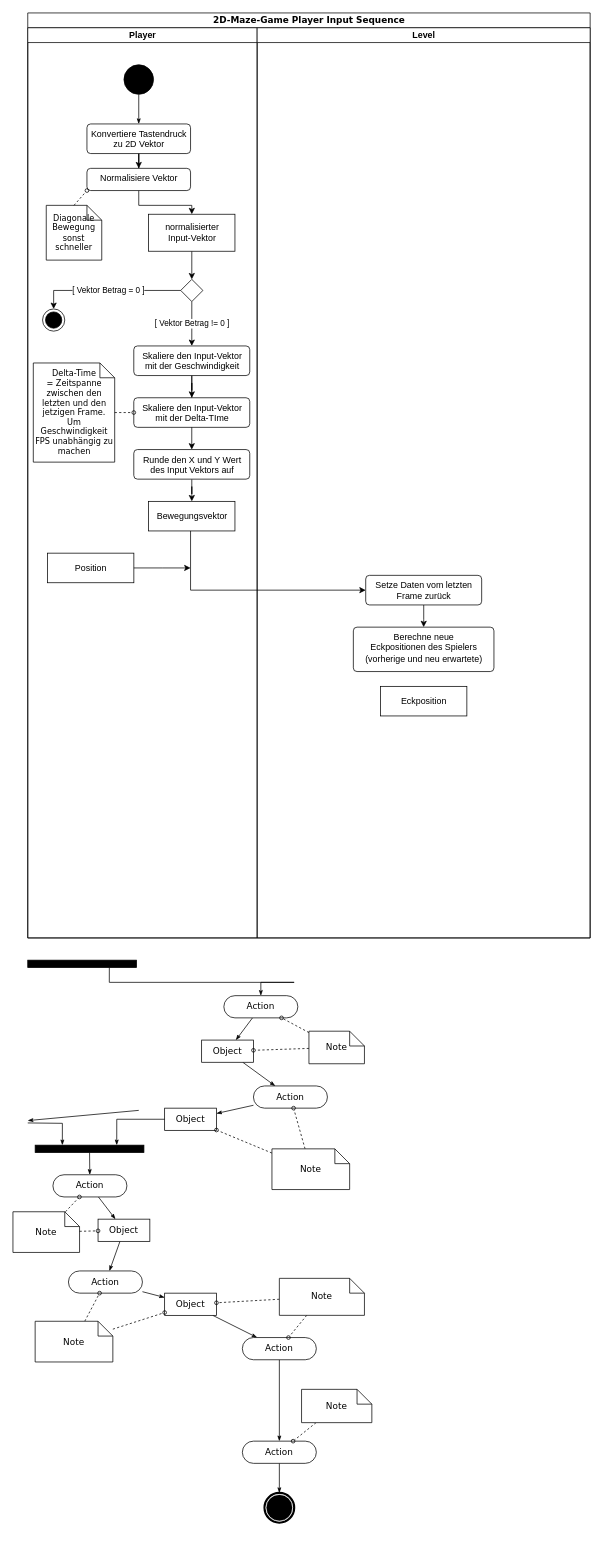
Xipit/2d-maze-game keeps this draw.io diagram as documentation/diagrams/Untitled Diagram.drawio. Above is the earlier version. Source tidied: cells renumbered, new cells numbered last; positions are measured from the earlier drawing's top-left corner, leaving out a move shared by most shapes. Both pictures are drawn from the tidied source at 74%, with x=0, y=0 at pixel (13, 13).
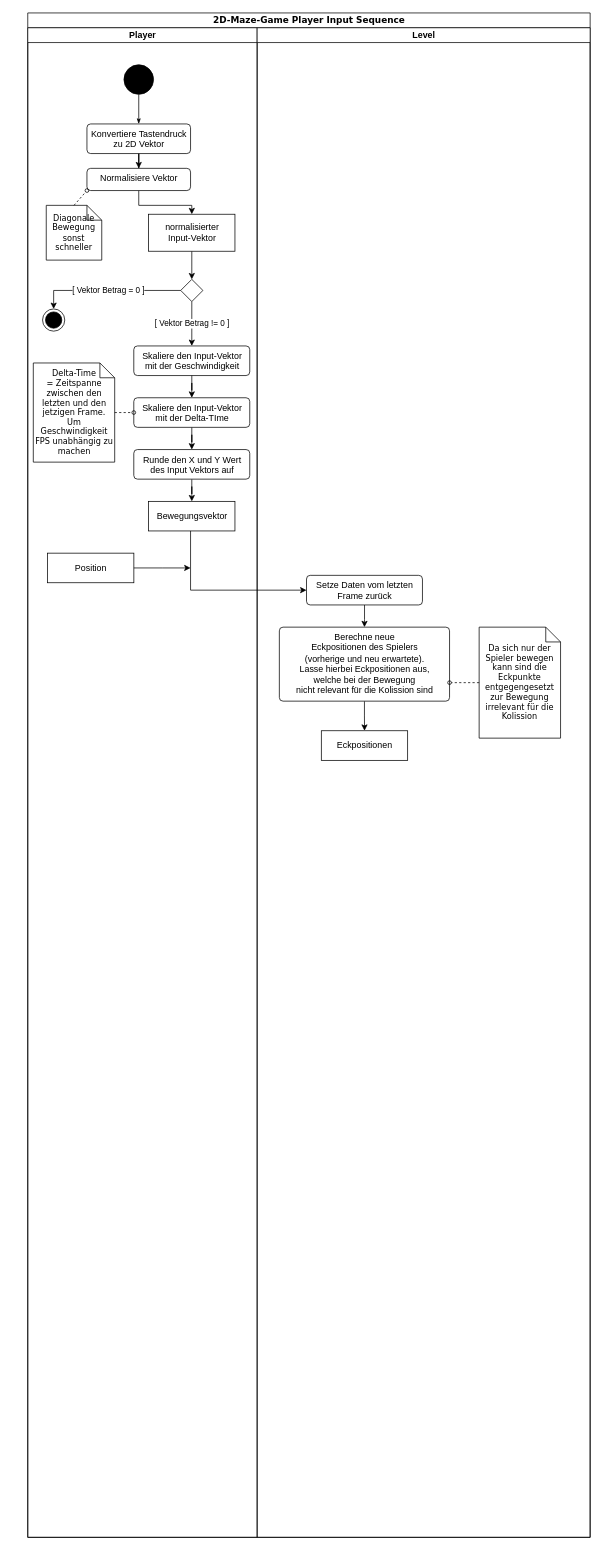
Above is the later version.

Unchanged cells that the change refers to:
```xml
<mxCell id="20" value="Skaliere den Input-Vektor &lt;br&gt;mit der Geschwindigkeit" style="html=1;align=center;verticalAlign=top;rounded=1;absoluteArcSize=1;arcSize=10;dashed=0;" parent="3" vertex="1">
  <mxGeometry x="143.3" y="430" width="156.7" height="40" as="geometry" />
</mxCell>
<mxCell id="22" value="Delta-Time&lt;br&gt;= Zeitspanne zwischen den letzten und den jetzigen Frame. &lt;br&gt;Um Geschwindigkeit FPS unabhängig zu machen" style="shape=note;whiteSpace=wrap;html=1;rounded=0;shadow=0;comic=0;labelBackgroundColor=none;strokeWidth=1;fontFamily=Verdana;fontSize=11;align=center;size=20;" parent="3" vertex="1">
  <mxGeometry x="7.5" y="453" width="110" height="134" as="geometry" />
</mxCell>
<mxCell id="24" value="Bewegungsvektor" style="html=1;align=center;verticalAlign=middle;rounded=0;absoluteArcSize=1;arcSize=10;dashed=0;" parent="3" vertex="1">
  <mxGeometry x="163.3" y="640" width="116.7" height="40" as="geometry" />
</mxCell>
<mxCell id="26" value="Runde den X und Y Wert&lt;br&gt;des Input Vektors auf" style="html=1;align=center;verticalAlign=top;rounded=1;absoluteArcSize=1;arcSize=10;dashed=0;" parent="3" vertex="1">
  <mxGeometry x="143.3" y="570" width="156.7" height="40" as="geometry" />
</mxCell>
```

The edit, as a diff of the source:
```diff
@@
     <mxCell id="2" value="2D-Maze-Game Player Input Sequence" style="swimlane;html=1;startSize=20;rounded=0;shadow=0;comic=0;labelBackgroundColor=none;strokeWidth=1;fontFamily=Verdana;fontSize=12;align=center;" parent="1" vertex="1">
-      <mxGeometry x="20" width="760" height="1250" as="geometry" />
+      <mxGeometry x="20" width="760" height="2060" as="geometry" />
     </mxCell>
     <mxCell id="3" value="Player" style="swimlane;html=1;startSize=20;" parent="2" vertex="1">
-      <mxGeometry y="20" width="310" height="1230" as="geometry" />
+      <mxGeometry y="20" width="310" height="2040" as="geometry" />
     </mxCell>
@@
-    <mxCell id="18" style="edgeStyle=orthogonalEdgeStyle;rounded=0;jettySize=auto;html=1;" parent="3" edge="1" source="20" target="21">
-      <mxGeometry relative="1" as="geometry" />
-    </mxCell>
-    <mxCell id="19" style="edgeStyle=orthogonalEdgeStyle;rounded=0;jettySize=auto;html=1;fontSize=11;" parent="3" edge="1" source="20" target="26">
-      <mxGeometry relative="1" as="geometry" />
-    </mxCell>
@@
-    <mxCell id="21" value="Skaliere den Input-Vektor &lt;br&gt;mit der Delta-TIme" style="html=1;align=center;verticalAlign=top;rounded=1;absoluteArcSize=1;arcSize=10;dashed=0;" parent="3" vertex="1">
-      <mxGeometry x="143.3" y="500" width="156.7" height="40" as="geometry" />
-    </mxCell>
@@
-    <mxCell id="23" style="edgeStyle=none;rounded=0;html=1;dashed=1;labelBackgroundColor=none;startArrow=none;startFill=0;startSize=5;endArrow=oval;endFill=0;endSize=5;jettySize=auto;strokeWidth=1;fontFamily=Verdana;fontSize=12;" parent="3" edge="1" source="22" target="21">
-      <mxGeometry relative="1" as="geometry" />
-    </mxCell>
@@
+    <mxCell id="79" style="edgeStyle=orthogonalEdgeStyle;rounded=0;jettySize=auto;html=1;fontSize=11;" parent="3" edge="1" source="21" target="26">
+      <mxGeometry relative="1" as="geometry" />
+    </mxCell>
+    <mxCell id="21" value="Skaliere den Input-Vektor &lt;br&gt;mit der Delta-TIme" style="html=1;align=center;verticalAlign=top;rounded=1;absoluteArcSize=1;arcSize=10;dashed=0;" parent="3" vertex="1">
+      <mxGeometry x="143.3" y="500" width="156.7" height="40" as="geometry" />
+    </mxCell>
+    <mxCell id="23" style="edgeStyle=none;rounded=0;html=1;dashed=1;labelBackgroundColor=none;startArrow=none;startFill=0;startSize=5;endArrow=oval;endFill=0;endSize=5;jettySize=auto;strokeWidth=1;fontFamily=Verdana;fontSize=12;" parent="3" edge="1" source="22" target="21">
+      <mxGeometry relative="1" as="geometry" />
+    </mxCell>
+    <mxCell id="18" style="edgeStyle=orthogonalEdgeStyle;rounded=0;jettySize=auto;html=1;" parent="3" edge="1" source="20" target="21">
+      <mxGeometry relative="1" as="geometry" />
+    </mxCell>
+    <mxCell id="33" style="edgeStyle=orthogonalEdgeStyle;rounded=0;jettySize=auto;html=1;fontSize=11;" parent="2" edge="1" source="24" target="30">
+      <mxGeometry relative="1" as="geometry">
+        <Array as="points">
+          <mxPoint x="220" y="780" />
+        </Array>
+      </mxGeometry>
+    </mxCell>
     <mxCell id="28" value="Level" style="swimlane;html=1;startSize=20;" parent="2" vertex="1">
-      <mxGeometry x="310" y="20" width="450" height="1230" as="geometry" />
+      <mxGeometry x="310" y="20" width="450" height="2040" as="geometry" />
     </mxCell>
@@
     <mxCell id="30" value="Setze Daten vom letzten &lt;br&gt;Frame zurück" style="html=1;align=center;verticalAlign=top;rounded=1;absoluteArcSize=1;arcSize=10;dashed=0;" parent="28" vertex="1">
-      <mxGeometry x="146.7" y="740" width="156.7" height="40" as="geometry" />
+      <mxGeometry x="66.7" y="740" width="156.7" height="40" as="geometry" />
     </mxCell>
+    <mxCell id="80" style="edgeStyle=orthogonalEdgeStyle;rounded=0;jettySize=auto;html=1;fontSize=11;" parent="28" edge="1" source="31" target="32">
+      <mxGeometry relative="1" as="geometry" />
+    </mxCell>
-    <mxCell id="31" value="Berechne neue &lt;br&gt;Eckpositionen des Spielers&lt;br&gt;(vorherige und neu erwartete)" style="html=1;align=center;verticalAlign=top;rounded=1;absoluteArcSize=1;arcSize=10;dashed=0;" parent="28" vertex="1">
-      <mxGeometry x="130" y="810" width="190" height="60" as="geometry" />
+    <mxCell id="31" value="Berechne neue &lt;br&gt;Eckpositionen des Spielers&lt;br&gt;(vorherige und neu erwartete).&lt;br&gt;Lasse hierbei Eckpositionen aus, &lt;br&gt;welche bei der Bewegung &lt;br&gt;nicht relevant für die Kolission sind" style="html=1;align=center;verticalAlign=top;rounded=1;absoluteArcSize=1;arcSize=10;dashed=0;" parent="28" vertex="1">
+      <mxGeometry x="30" y="810" width="230" height="100" as="geometry" />
     </mxCell>
-    <mxCell id="32" value="Eckposition" style="html=1;align=center;verticalAlign=middle;rounded=0;absoluteArcSize=1;arcSize=10;dashed=0;" parent="28" vertex="1">
-      <mxGeometry x="166.7" y="890" width="116.7" height="40" as="geometry" />
+    <mxCell id="32" value="Eckpositionen" style="html=1;align=center;verticalAlign=middle;rounded=0;absoluteArcSize=1;arcSize=10;dashed=0;" parent="28" vertex="1">
+      <mxGeometry x="86.7" y="950" width="116.7" height="40" as="geometry" />
     </mxCell>
-    <mxCell id="33" style="edgeStyle=orthogonalEdgeStyle;rounded=0;jettySize=auto;html=1;fontSize=11;" parent="2" edge="1" source="24" target="30">
-      <mxGeometry relative="1" as="geometry">
-        <Array as="points">
-          <mxPoint x="220" y="780" />
-        </Array>
-      </mxGeometry>
-    </mxCell>
-    <mxCell id="34" style="whiteSpace=wrap;html=1;rounded=0;shadow=0;comic=0;labelBackgroundColor=none;strokeWidth=1;fillColor=#000000;fontFamily=Verdana;fontSize=12;align=center;rotation=0;" parent="1" vertex="1">
-      <mxGeometry x="20" y="1280" width="147" height="10" as="geometry" />
-    </mxCell>
-    <mxCell id="35" style="edgeStyle=none;rounded=0;html=1;labelBackgroundColor=none;startArrow=none;startFill=0;startSize=5;endArrow=classicThin;endFill=1;endSize=5;jettySize=auto;strokeWidth=1;fontFamily=Verdana;fontSize=12;" parent="1" edge="1" source="36" target="41">
-      <mxGeometry relative="1" as="geometry" />
-    </mxCell>
-    <mxCell id="36" value="Action" style="rounded=1;whiteSpace=wrap;html=1;shadow=0;comic=0;labelBackgroundColor=none;strokeWidth=1;fontFamily=Verdana;fontSize=12;align=center;arcSize=50;" parent="1" vertex="1">
-      <mxGeometry x="54" y="1570" width="100" height="30" as="geometry" />
-    </mxCell>
-    <mxCell id="37" style="edgeStyle=none;rounded=0;html=1;labelBackgroundColor=none;startArrow=none;startFill=0;startSize=5;endArrow=classicThin;endFill=1;endSize=5;jettySize=auto;strokeWidth=1;fontFamily=Verdana;fontSize=12;" parent="1" edge="1" source="38" target="36">
-      <mxGeometry relative="1" as="geometry" />
-    </mxCell>
-    <mxCell id="38" style="whiteSpace=wrap;html=1;rounded=0;shadow=0;comic=0;labelBackgroundColor=none;strokeWidth=1;fillColor=#000000;fontFamily=Verdana;fontSize=12;align=center;rotation=0;" parent="1" vertex="1">
-      <mxGeometry x="30" y="1530" width="147" height="10" as="geometry" />
-    </mxCell>
-    <mxCell id="39" style="edgeStyle=orthogonalEdgeStyle;rounded=0;html=1;entryX=0.25;entryY=0;labelBackgroundColor=none;startArrow=none;startFill=0;startSize=5;endArrow=classicThin;endFill=1;endSize=5;jettySize=auto;strokeWidth=1;fontFamily=Verdana;fontSize=12;" parent="1" edge="1" target="38">
-      <mxGeometry relative="1" as="geometry">
-        <mxPoint x="20" y="1500" as="sourcePoint" />
-      </mxGeometry>
-    </mxCell>
-    <mxCell id="40" style="edgeStyle=none;rounded=0;html=1;labelBackgroundColor=none;startArrow=none;startFill=0;startSize=5;endArrow=classicThin;endFill=1;endSize=5;jettySize=auto;strokeWidth=1;fontFamily=Verdana;fontSize=12;" parent="1" edge="1" source="41" target="42">
-      <mxGeometry relative="1" as="geometry" />
-    </mxCell>
-    <mxCell id="41" value="Object" style="rounded=0;whiteSpace=wrap;html=1;shadow=0;comic=0;labelBackgroundColor=none;strokeWidth=1;fontFamily=Verdana;fontSize=12;align=center;arcSize=50;" parent="1" vertex="1">
-      <mxGeometry x="115" y="1630" width="70" height="30" as="geometry" />
-    </mxCell>
-    <mxCell id="42" value="Action" style="rounded=1;whiteSpace=wrap;html=1;shadow=0;comic=0;labelBackgroundColor=none;strokeWidth=1;fontFamily=Verdana;fontSize=12;align=center;arcSize=50;" parent="1" vertex="1">
-      <mxGeometry x="75" y="1700" width="100" height="30" as="geometry" />
-    </mxCell>
-    <mxCell id="43" style="edgeStyle=none;rounded=0;html=1;dashed=1;labelBackgroundColor=none;startArrow=none;startFill=0;startSize=5;endArrow=oval;endFill=0;endSize=5;jettySize=auto;strokeWidth=1;fontFamily=Verdana;fontSize=12;" parent="1" edge="1" source="44" target="42">
-      <mxGeometry relative="1" as="geometry" />
-    </mxCell>
-    <mxCell id="44" value="Note" style="shape=note;whiteSpace=wrap;html=1;rounded=0;shadow=0;comic=0;labelBackgroundColor=none;strokeWidth=1;fontFamily=Verdana;fontSize=12;align=center;size=20;" parent="1" vertex="1">
-      <mxGeometry x="30" y="1768" width="105" height="55" as="geometry" />
-    </mxCell>
-    <mxCell id="45" value="Note" style="shape=note;whiteSpace=wrap;html=1;rounded=0;shadow=0;comic=0;labelBackgroundColor=none;strokeWidth=1;fontFamily=Verdana;fontSize=12;align=center;size=20;" parent="1" vertex="1">
-      <mxGeometry y="1620" width="90" height="55" as="geometry" />
-    </mxCell>
-    <mxCell id="46" style="edgeStyle=none;rounded=0;html=1;dashed=1;labelBackgroundColor=none;startArrow=none;startFill=0;startSize=5;endArrow=oval;endFill=0;endSize=5;jettySize=auto;strokeWidth=1;fontFamily=Verdana;fontSize=12;" parent="1" edge="1" source="45" target="36">
-      <mxGeometry relative="1" as="geometry" />
-    </mxCell>
-    <mxCell id="47" style="edgeStyle=none;rounded=0;html=1;dashed=1;labelBackgroundColor=none;startArrow=none;startFill=0;startSize=5;endArrow=oval;endFill=0;endSize=5;jettySize=auto;strokeWidth=1;fontFamily=Verdana;fontSize=12;" parent="1" edge="1" source="45" target="41">
-      <mxGeometry relative="1" as="geometry" />
-    </mxCell>
-    <mxCell id="48" style="rounded=0;html=1;labelBackgroundColor=none;startArrow=none;startFill=0;startSize=5;endArrow=classicThin;endFill=1;endSize=5;jettySize=auto;strokeWidth=1;fontFamily=Verdana;fontSize=12;" parent="1" edge="1" source="49" target="53">
-      <mxGeometry relative="1" as="geometry" />
-    </mxCell>
-    <mxCell id="49" value="Action" style="rounded=1;whiteSpace=wrap;html=1;shadow=0;comic=0;labelBackgroundColor=none;strokeWidth=1;fontFamily=Verdana;fontSize=12;align=center;arcSize=50;" parent="1" vertex="1">
-      <mxGeometry x="285" y="1328" width="100" height="30" as="geometry" />
-    </mxCell>
-    <mxCell id="50" style="edgeStyle=none;rounded=0;html=1;labelBackgroundColor=none;startArrow=none;startFill=0;startSize=5;endArrow=classicThin;endFill=1;endSize=5;jettySize=auto;strokeWidth=1;fontFamily=Verdana;fontSize=12;" parent="1" edge="1" source="51" target="54">
-      <mxGeometry relative="1" as="geometry" />
-    </mxCell>
-    <mxCell id="51" value="Action" style="rounded=1;whiteSpace=wrap;html=1;shadow=0;comic=0;labelBackgroundColor=none;strokeWidth=1;fontFamily=Verdana;fontSize=12;align=center;arcSize=50;" parent="1" vertex="1">
-      <mxGeometry x="325" y="1450" width="100" height="30" as="geometry" />
-    </mxCell>
-    <mxCell id="52" style="edgeStyle=none;rounded=0;html=1;labelBackgroundColor=none;startArrow=none;startFill=0;startSize=5;endArrow=classicThin;endFill=1;endSize=5;jettySize=auto;strokeWidth=1;fontFamily=Verdana;fontSize=12;" parent="1" edge="1" source="53" target="51">
-      <mxGeometry relative="1" as="geometry" />
-    </mxCell>
-    <mxCell id="53" value="Object" style="rounded=0;whiteSpace=wrap;html=1;shadow=0;comic=0;labelBackgroundColor=none;strokeWidth=1;fontFamily=Verdana;fontSize=12;align=center;arcSize=50;" parent="1" vertex="1">
-      <mxGeometry x="255" y="1388" width="70" height="30" as="geometry" />
-    </mxCell>
-    <mxCell id="54" value="Object" style="rounded=0;whiteSpace=wrap;html=1;shadow=0;comic=0;labelBackgroundColor=none;strokeWidth=1;fontFamily=Verdana;fontSize=12;align=center;arcSize=50;" parent="1" vertex="1">
-      <mxGeometry x="205" y="1480" width="70" height="30" as="geometry" />
-    </mxCell>
-    <mxCell id="55" style="edgeStyle=none;rounded=0;html=1;labelBackgroundColor=none;startArrow=none;startFill=0;startSize=5;endArrow=classicThin;endFill=1;endSize=5;jettySize=auto;strokeWidth=1;fontFamily=Verdana;fontSize=12;" parent="1" edge="1" source="56" target="58">
-      <mxGeometry relative="1" as="geometry" />
-    </mxCell>
-    <mxCell id="56" value="Object" style="rounded=0;whiteSpace=wrap;html=1;shadow=0;comic=0;labelBackgroundColor=none;strokeWidth=1;fontFamily=Verdana;fontSize=12;align=center;arcSize=50;" parent="1" vertex="1">
-      <mxGeometry x="205" y="1730" width="70" height="30" as="geometry" />
-    </mxCell>
-    <mxCell id="57" style="edgeStyle=none;rounded=0;html=1;labelBackgroundColor=none;startArrow=none;startFill=0;startSize=5;endArrow=classicThin;endFill=1;endSize=5;jettySize=auto;strokeWidth=1;fontFamily=Verdana;fontSize=12;" parent="1" edge="1" source="58" target="60">
-      <mxGeometry relative="1" as="geometry" />
-    </mxCell>
-    <mxCell id="58" value="Action" style="rounded=1;whiteSpace=wrap;html=1;shadow=0;comic=0;labelBackgroundColor=none;strokeWidth=1;fontFamily=Verdana;fontSize=12;align=center;arcSize=50;" parent="1" vertex="1">
-      <mxGeometry x="310" y="1790" width="100" height="30" as="geometry" />
-    </mxCell>
-    <mxCell id="59" style="edgeStyle=none;rounded=0;html=1;labelBackgroundColor=none;startArrow=none;startFill=0;startSize=5;endArrow=classicThin;endFill=1;endSize=5;jettySize=auto;strokeWidth=1;fontFamily=Verdana;fontSize=12;" parent="1" edge="1" source="60" target="61">
-      <mxGeometry relative="1" as="geometry" />
-    </mxCell>
-    <mxCell id="60" value="Action" style="rounded=1;whiteSpace=wrap;html=1;shadow=0;comic=0;labelBackgroundColor=none;strokeWidth=1;fontFamily=Verdana;fontSize=12;align=center;arcSize=50;" parent="1" vertex="1">
-      <mxGeometry x="310" y="1930" width="100" height="30" as="geometry" />
-    </mxCell>
-    <mxCell id="61" style="shape=mxgraph.bpmn.shape;html=1;verticalLabelPosition=bottom;labelBackgroundColor=#ffffff;verticalAlign=top;perimeter=ellipsePerimeter;outline=end;symbol=terminate;rounded=0;shadow=0;comic=0;strokeWidth=1;fontFamily=Verdana;fontSize=12;align=center;" parent="1" vertex="1">
-      <mxGeometry x="340" y="2000" width="40" height="40" as="geometry" />
-    </mxCell>
-    <mxCell id="62" style="edgeStyle=none;rounded=0;html=1;dashed=1;labelBackgroundColor=none;startArrow=none;startFill=0;startSize=5;endArrow=oval;endFill=0;endSize=5;jettySize=auto;strokeWidth=1;fontFamily=Verdana;fontSize=12;" parent="1" edge="1" source="64" target="49">
-      <mxGeometry relative="1" as="geometry" />
-    </mxCell>
-    <mxCell id="63" style="edgeStyle=none;rounded=0;html=1;dashed=1;labelBackgroundColor=none;startArrow=none;startFill=0;startSize=5;endArrow=oval;endFill=0;endSize=5;jettySize=auto;strokeWidth=1;fontFamily=Verdana;fontSize=12;" parent="1" edge="1" source="64" target="53">
-      <mxGeometry relative="1" as="geometry" />
-    </mxCell>
-    <mxCell id="64" value="Note" style="shape=note;whiteSpace=wrap;html=1;rounded=0;shadow=0;comic=0;labelBackgroundColor=none;strokeWidth=1;fontFamily=Verdana;fontSize=12;align=center;size=20;" parent="1" vertex="1">
-      <mxGeometry x="400" y="1376" width="75" height="44" as="geometry" />
-    </mxCell>
-    <mxCell id="65" style="edgeStyle=none;rounded=0;html=1;dashed=1;labelBackgroundColor=none;startArrow=none;startFill=0;startSize=5;endArrow=oval;endFill=0;endSize=5;jettySize=auto;strokeWidth=1;fontFamily=Verdana;fontSize=12;" parent="1" edge="1" source="67" target="51">
-      <mxGeometry relative="1" as="geometry" />
-    </mxCell>
-    <mxCell id="66" style="edgeStyle=none;rounded=0;html=1;dashed=1;labelBackgroundColor=none;startArrow=none;startFill=0;startSize=5;endArrow=oval;endFill=0;endSize=5;jettySize=auto;strokeWidth=1;fontFamily=Verdana;fontSize=12;" parent="1" edge="1" source="67" target="54">
-      <mxGeometry relative="1" as="geometry" />
-    </mxCell>
-    <mxCell id="67" value="Note" style="shape=note;whiteSpace=wrap;html=1;rounded=0;shadow=0;comic=0;labelBackgroundColor=none;strokeWidth=1;fontFamily=Verdana;fontSize=12;align=center;size=20;" parent="1" vertex="1">
-      <mxGeometry x="350" y="1535" width="105" height="55" as="geometry" />
-    </mxCell>
-    <mxCell id="68" style="edgeStyle=none;rounded=0;html=1;dashed=1;labelBackgroundColor=none;startArrow=none;startFill=0;startSize=5;endArrow=oval;endFill=0;endSize=5;jettySize=auto;strokeWidth=1;fontFamily=Verdana;fontSize=12;" parent="1" edge="1" source="70" target="58">
-      <mxGeometry relative="1" as="geometry" />
-    </mxCell>
-    <mxCell id="69" style="edgeStyle=none;rounded=0;html=1;dashed=1;labelBackgroundColor=none;startArrow=none;startFill=0;startSize=5;endArrow=oval;endFill=0;endSize=5;jettySize=auto;strokeWidth=1;fontFamily=Verdana;fontSize=12;" parent="1" edge="1" source="70" target="56">
-      <mxGeometry relative="1" as="geometry" />
-    </mxCell>
-    <mxCell id="70" value="Note" style="shape=note;whiteSpace=wrap;html=1;rounded=0;shadow=0;comic=0;labelBackgroundColor=none;strokeWidth=1;fontFamily=Verdana;fontSize=12;align=center;size=20;" parent="1" vertex="1">
-      <mxGeometry x="360" y="1710" width="115" height="50" as="geometry" />
-    </mxCell>
-    <mxCell id="71" style="edgeStyle=none;rounded=0;html=1;dashed=1;labelBackgroundColor=none;startArrow=none;startFill=0;startSize=5;endArrow=oval;endFill=0;endSize=5;jettySize=auto;strokeWidth=1;fontFamily=Verdana;fontSize=12;" parent="1" edge="1" source="72" target="60">
-      <mxGeometry relative="1" as="geometry" />
-    </mxCell>
-    <mxCell id="72" value="Note" style="shape=note;whiteSpace=wrap;html=1;rounded=0;shadow=0;comic=0;labelBackgroundColor=none;strokeWidth=1;fontFamily=Verdana;fontSize=12;align=center;size=20;" parent="1" vertex="1">
-      <mxGeometry x="390" y="1860" width="95" height="45" as="geometry" />
-    </mxCell>
-    <mxCell id="73" style="edgeStyle=orthogonalEdgeStyle;rounded=0;html=1;exitX=0.75;exitY=1;labelBackgroundColor=none;startArrow=none;startFill=0;startSize=5;endArrow=classicThin;endFill=1;endSize=5;jettySize=auto;strokeWidth=1;fontFamily=Verdana;fontSize=12;" parent="1" edge="1" source="34" target="49">
-      <mxGeometry relative="1" as="geometry">
-        <Array as="points">
-          <mxPoint x="380" y="1310" />
-          <mxPoint x="585" y="1310" />
-        </Array>
-      </mxGeometry>
-    </mxCell>
-    <mxCell id="74" style="edgeStyle=orthogonalEdgeStyle;rounded=0;html=1;entryX=0.75;entryY=0;labelBackgroundColor=none;startArrow=none;startFill=0;startSize=5;endArrow=classicThin;endFill=1;endSize=5;jettySize=auto;strokeWidth=1;fontFamily=Verdana;fontSize=12;" parent="1" edge="1" source="54" target="38">
-      <mxGeometry relative="1" as="geometry" />
-    </mxCell>
-    <mxCell id="75" style="edgeStyle=none;rounded=0;html=1;labelBackgroundColor=none;startArrow=none;startFill=0;startSize=5;endArrow=classicThin;endFill=1;endSize=5;jettySize=auto;orthogonalLoop=1;strokeWidth=1;fontFamily=Verdana;fontSize=12;" parent="1" edge="1">
-      <mxGeometry relative="1" as="geometry">
-        <mxPoint x="170" y="1483" as="sourcePoint" />
-        <mxPoint x="20" y="1496.8" as="targetPoint" />
-      </mxGeometry>
-    </mxCell>
-    <mxCell id="76" style="edgeStyle=none;rounded=0;html=1;labelBackgroundColor=none;startArrow=none;startFill=0;startSize=5;endArrow=classicThin;endFill=1;endSize=5;jettySize=auto;strokeWidth=1;fontFamily=Verdana;fontSize=12;" parent="1" edge="1" source="42" target="56">
-      <mxGeometry relative="1" as="geometry" />
-    </mxCell>
-    <mxCell id="77" style="edgeStyle=none;rounded=0;html=1;dashed=1;labelBackgroundColor=none;startArrow=none;startFill=0;startSize=5;endArrow=oval;endFill=0;endSize=5;jettySize=auto;strokeWidth=1;fontFamily=Verdana;fontSize=12;" parent="1" edge="1" source="44" target="56">
-      <mxGeometry relative="1" as="geometry" />
-    </mxCell>
+    <mxCell id="81" value="Da sich nur der Spieler bewegen kann sind die Eckpunkte entgegengesetzt zur Bewegung irrelevant für die Kolission" style="shape=note;whiteSpace=wrap;html=1;rounded=0;shadow=0;comic=0;labelBackgroundColor=none;strokeWidth=1;fontFamily=Verdana;fontSize=11;align=center;size=20;" parent="28" vertex="1">
+      <mxGeometry x="300" y="810" width="110" height="150" as="geometry" />
+    </mxCell>
+    <mxCell id="82" style="edgeStyle=none;rounded=0;html=1;dashed=1;labelBackgroundColor=none;startArrow=none;startFill=0;startSize=5;endArrow=oval;endFill=0;endSize=5;jettySize=auto;strokeWidth=1;fontFamily=Verdana;fontSize=12;entryX=1;entryY=0.75;entryDx=0;entryDy=0;" parent="28" edge="1" source="81" target="31">
+      <mxGeometry relative="1" as="geometry" />
+    </mxCell>
```
